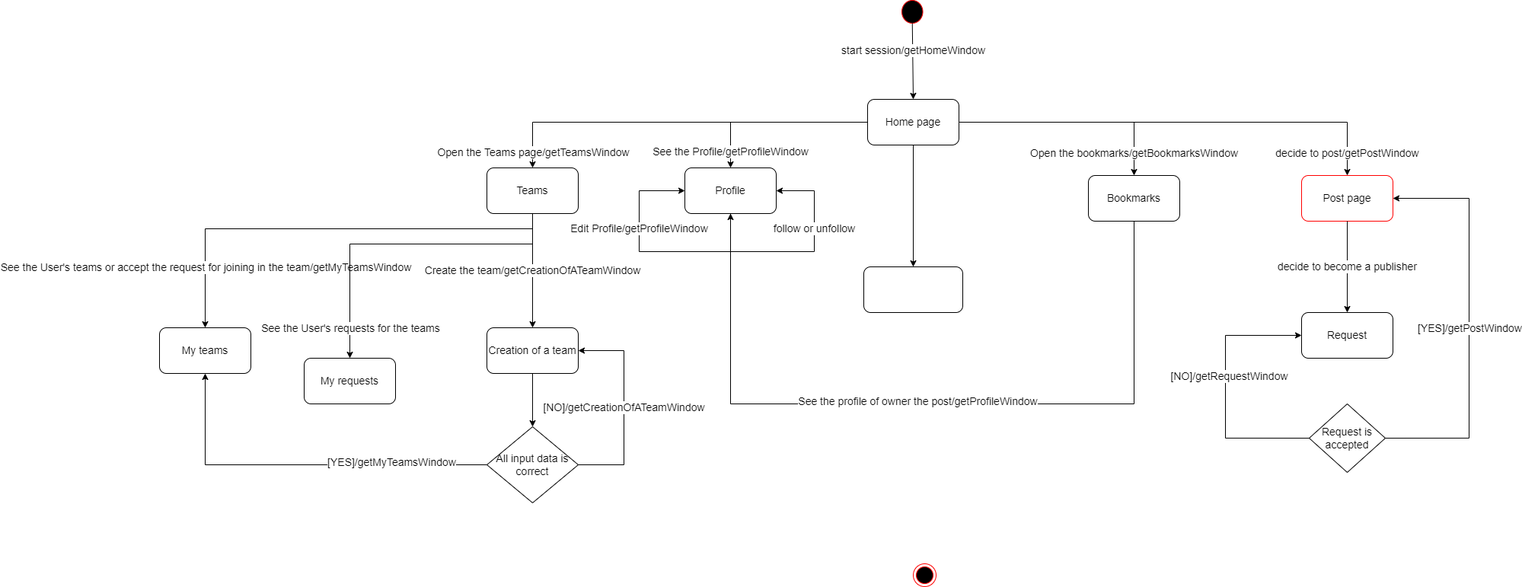
Borisov775/NeuroTalks keeps this draw.io diagram as Untitled Diagram.drawio.png. Above is the earlier version. Source tidied: cells renumbered, new cells last; positions are measured from the earlier drawing's top-left corner, leaving out a move shared by most shapes.
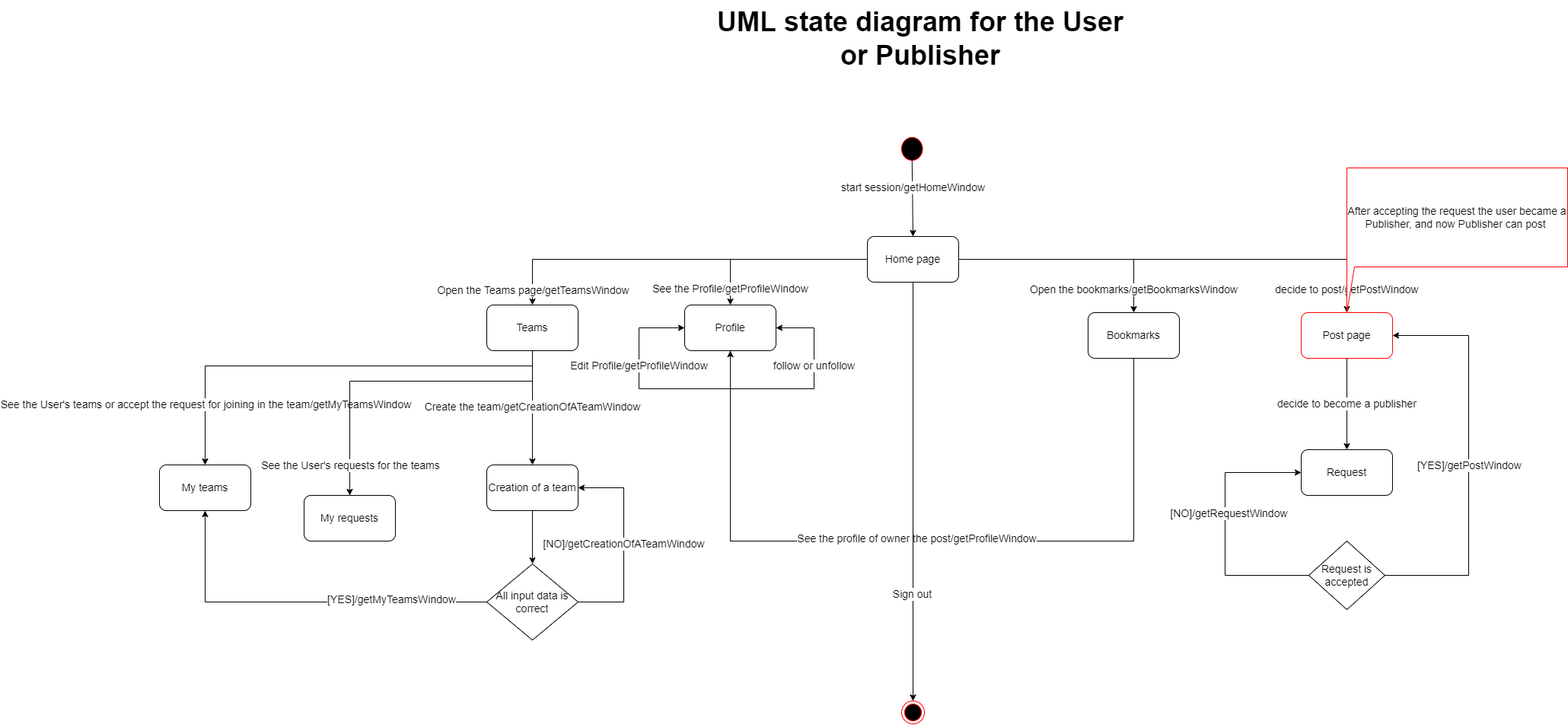
After the change.

What changed in the source:
```diff
@@ -14,12 +14,6 @@
     <mxCell id="5" value="&lt;font style=&quot;font-size: 14px&quot;&gt;Home page&lt;/font&gt;" style="rounded=1;whiteSpace=wrap;html=1;strokeColor=#000000;fillColor=#FFFFFF;" parent="1" vertex="1">
       <mxGeometry x="930" y="130" width="120" height="60" as="geometry" />
     </mxCell>
-    <mxCell id="6" style="endArrow=classic;html=1;rounded=0;exitX=0.5;exitY=1;exitDx=0;exitDy=0;entryX=0.5;entryY=0;entryDx=0;entryDy=0;" parent="1" edge="1" source="5" target="7">
-      <mxGeometry relative="1" as="geometry" />
-    </mxCell>
-    <mxCell id="7" style="rounded=1;whiteSpace=wrap;html=1;strokeColor=#000000;fillColor=#FFFFFF;" parent="1" vertex="1">
-      <mxGeometry x="925" y="350" width="130" height="60" as="geometry" />
-    </mxCell>
     <mxCell id="8" value="&lt;font style=&quot;font-size: 14px&quot;&gt;See the Profile/getProfileWindow&lt;/font&gt;" style="edgeStyle=segmentEdgeStyle;endArrow=classic;html=1;rounded=0;exitX=0;exitY=0.5;exitDx=0;exitDy=0;entryX=0.5;entryY=0;entryDx=0;entryDy=0;" parent="1" edge="1" source="5" target="9">
       <mxGeometry x="0.83" relative="1" as="geometry" />
     </mxCell>
@@ -139,7 +133,7 @@
       <mxGeometry x="0.03" y="-4" relative="1" as="geometry" />
     </mxCell>
     <mxCell id="34" style="ellipse;html=1;shape=endState;fillColor=#000000;strokeColor=#ff0000;fontSize=14;" parent="1" vertex="1">
-      <mxGeometry x="990" y="740" width="30" height="30" as="geometry" />
+      <mxGeometry x="975" y="740" width="30" height="30" as="geometry" />
     </mxCell>
     <mxCell id="35" value="decide to become a publisher" style="endArrow=classic;html=1;rounded=0;fontSize=14;exitX=0.5;exitY=1;exitDx=0;exitDy=0;" parent="1" edge="1" source="16">
       <mxGeometry relative="1" as="geometry">
@@ -174,5 +168,19 @@
     <mxCell id="41" value="[NO]/getRequestWindow" style="edgeLabel;html=1;align=center;verticalAlign=middle;fontSize=14;" parent="40" vertex="1">
       <mxGeometry x="0.11" y="-4" relative="1" as="geometry" />
     </mxCell>
+    <mxCell id="42" style="endArrow=classic;html=1;rounded=0;fontSize=14;exitX=0.5;exitY=1;exitDx=0;exitDy=0;entryX=0.5;entryY=0;entryDx=0;entryDy=0;" parent="1" edge="1" source="5" target="34">
+      <mxGeometry relative="1" as="geometry" />
+    </mxCell>
+    <mxCell id="43" value="Sign out" style="edgeLabel;html=1;align=center;verticalAlign=middle;fontSize=14;" parent="42" vertex="1">
+      <mxGeometry x="-0.22" y="-1" relative="1" as="geometry">
+        <mxPoint x="-1" y="195" as="offset" />
+      </mxGeometry>
+    </mxCell>
+    <mxCell id="44" value="After accepting the request the user became a Publisher, and now Publisher can post&amp;nbsp;" style="shape=callout;whiteSpace=wrap;html=1;perimeter=calloutPerimeter;fontSize=14;strokeColor=#FF0000;fillColor=#FFFFFF;position2=0;size=60;position=0;base=10;" parent="1" vertex="1">
+      <mxGeometry x="1560" y="40" width="290" height="190" as="geometry" />
+    </mxCell>
+    <mxCell id="45" value="&lt;font style=&quot;font-size: 36px&quot;&gt;&lt;b&gt;UML state diagram for the User or Publisher&lt;/b&gt;&lt;/font&gt;" style="text;html=1;strokeColor=none;fillColor=none;align=center;verticalAlign=middle;whiteSpace=wrap;rounded=0;fontSize=14;" parent="1" vertex="1">
+      <mxGeometry x="720" y="-180" width="560" height="100" as="geometry" />
+    </mxCell>
   </root>
 </mxGraphModel>
```
